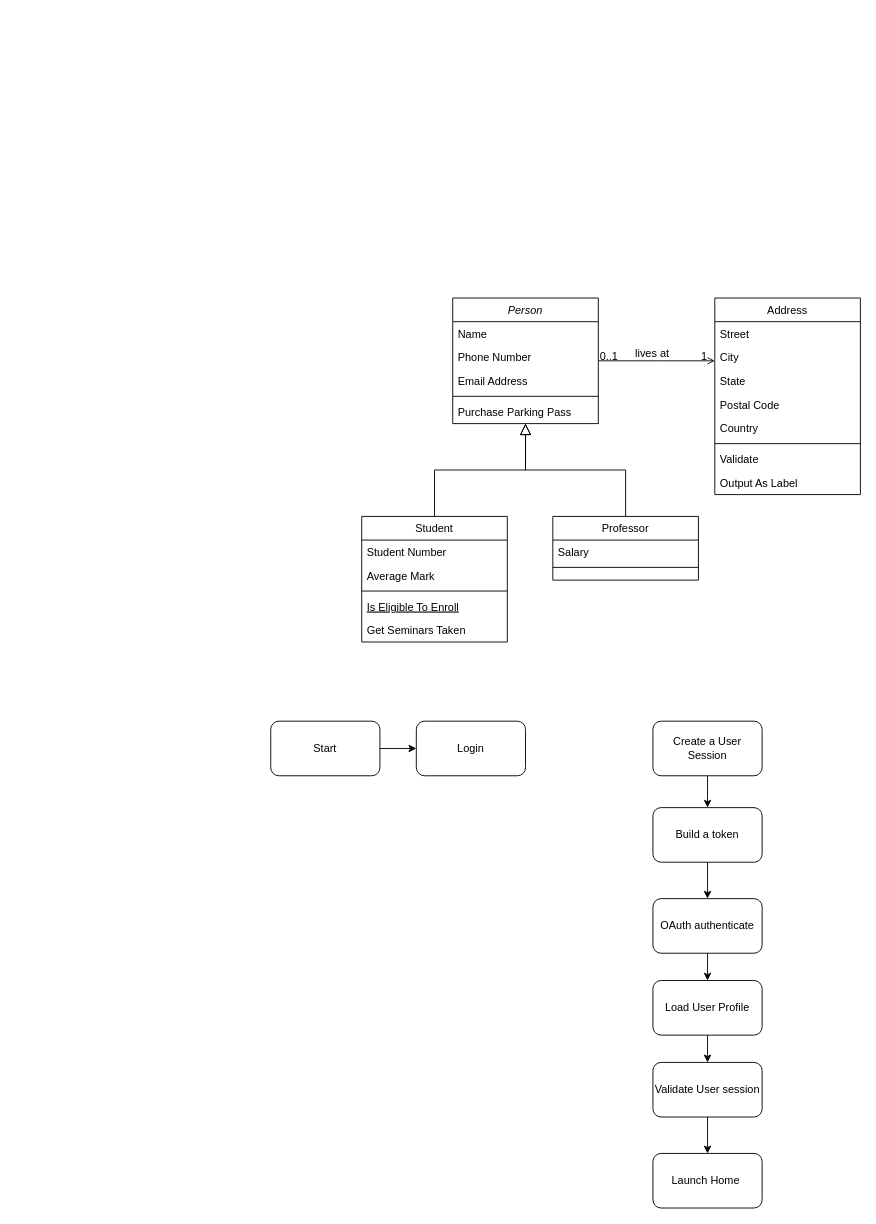
AKing982/AeroBankApp keeps this draw.io diagram as AeroBankApp/LoginDiagram.drawio. Above is the earlier version. Source tidied: cells renumbered, new cells numbered last; positions are measured from the earlier drawing's top-left corner, leaving out a move shared by most shapes. Both pictures are drawn from the tidied source at 91%, with x=0, y=0 at pixel (270, 298).
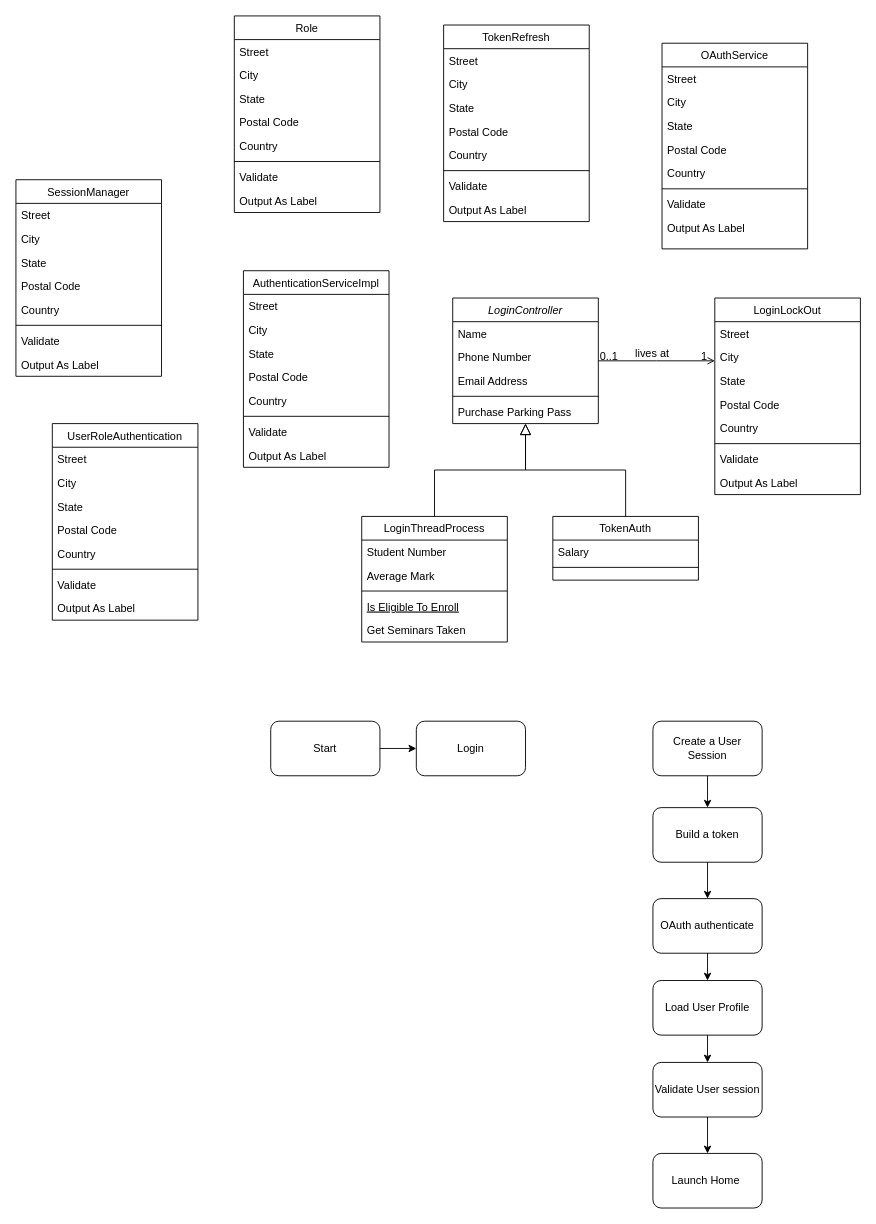
After the change.

Diff of the diagram source:
```diff
@@
-    <mxCell id="2" value="Person" style="swimlane;fontStyle=2;align=center;verticalAlign=top;horizontal=1;startSize=26;rounded=0;shadow=0;strokeWidth=1;" parent="1" vertex="1">
+    <mxCell id="2" value="LoginController" style="swimlane;fontStyle=2;align=center;verticalAlign=top;horizontal=1;startSize=26;rounded=0;shadow=0;strokeWidth=1;" parent="1" vertex="1">
       <mxGeometry x="200" width="160" height="138" as="geometry" />
     </mxCell>
@@
-    <mxCell id="8" value="Student" style="swimlane;fontStyle=0;align=center;verticalAlign=top;horizontal=1;startSize=26;rounded=0;shadow=0;strokeWidth=1;" parent="1" vertex="1">
+    <mxCell id="8" value="LoginThreadProcess" style="swimlane;fontStyle=0;align=center;verticalAlign=top;horizontal=1;startSize=26;rounded=0;shadow=0;strokeWidth=1;" parent="1" vertex="1">
       <mxGeometry x="100" y="240" width="160" height="138" as="geometry" />
     </mxCell>
@@
-    <mxCell id="15" value="Professor" style="swimlane;fontStyle=0;align=center;verticalAlign=top;horizontal=1;startSize=26;rounded=0;shadow=0;strokeWidth=1;" parent="1" vertex="1">
+    <mxCell id="15" value="TokenAuth" style="swimlane;fontStyle=0;align=center;verticalAlign=top;horizontal=1;startSize=26;rounded=0;shadow=0;strokeWidth=1;" parent="1" vertex="1">
       <mxGeometry x="310" y="240" width="160" height="70" as="geometry" />
     </mxCell>
@@
-    <mxCell id="19" value="Address" style="swimlane;fontStyle=0;align=center;verticalAlign=top;horizontal=1;startSize=26;rounded=0;shadow=0;strokeWidth=1;" parent="1" vertex="1">
+    <mxCell id="19" value="LoginLockOut" style="swimlane;fontStyle=0;align=center;verticalAlign=top;horizontal=1;startSize=26;rounded=0;shadow=0;strokeWidth=1;" parent="1" vertex="1">
       <mxGeometry x="488" width="160" height="216" as="geometry" />
     </mxCell>
@@
+    <mxCell id="46" value="AuthenticationServiceImpl" style="swimlane;fontStyle=0;align=center;verticalAlign=top;horizontal=1;startSize=26;rounded=0;shadow=0;strokeWidth=1;" parent="1" vertex="1">
+      <mxGeometry x="-30" y="-30" width="160" height="216" as="geometry" />
+    </mxCell>
+    <mxCell id="47" value="Street" style="text;align=left;verticalAlign=top;spacingLeft=4;spacingRight=4;overflow=hidden;" parent="46" vertex="1">
+      <mxGeometry y="26" width="160" height="26" as="geometry" />
+    </mxCell>
+    <mxCell id="48" value="City" style="text;align=left;verticalAlign=top;spacingLeft=4;spacingRight=4;overflow=hidden;rounded=0;shadow=0;html=0;" parent="46" vertex="1">
+      <mxGeometry y="52" width="160" height="26" as="geometry" />
+    </mxCell>
+    <mxCell id="49" value="State" style="text;align=left;verticalAlign=top;spacingLeft=4;spacingRight=4;overflow=hidden;rounded=0;shadow=0;html=0;" parent="46" vertex="1">
+      <mxGeometry y="78" width="160" height="26" as="geometry" />
+    </mxCell>
+    <mxCell id="50" value="Postal Code" style="text;align=left;verticalAlign=top;spacingLeft=4;spacingRight=4;overflow=hidden;rounded=0;shadow=0;html=0;" parent="46" vertex="1">
+      <mxGeometry y="104" width="160" height="26" as="geometry" />
+    </mxCell>
+    <mxCell id="51" value="Country" style="text;align=left;verticalAlign=top;spacingLeft=4;spacingRight=4;overflow=hidden;rounded=0;shadow=0;html=0;" parent="46" vertex="1">
+      <mxGeometry y="130" width="160" height="26" as="geometry" />
+    </mxCell>
+    <mxCell id="52" style="line;html=1;strokeWidth=1;align=left;verticalAlign=middle;spacingTop=-1;spacingLeft=3;spacingRight=3;labelPosition=right;" parent="46" vertex="1">
+      <mxGeometry y="156" width="160" height="8" as="geometry" />
+    </mxCell>
+    <mxCell id="53" value="Validate" style="text;align=left;verticalAlign=top;spacingLeft=4;spacingRight=4;overflow=hidden;" parent="46" vertex="1">
+      <mxGeometry y="164" width="160" height="26" as="geometry" />
+    </mxCell>
+    <mxCell id="54" value="Output As Label" style="text;align=left;verticalAlign=top;spacingLeft=4;spacingRight=4;overflow=hidden;" parent="46" vertex="1">
+      <mxGeometry y="190" width="160" height="26" as="geometry" />
+    </mxCell>
+    <mxCell id="55" value="UserRoleAuthentication" style="swimlane;fontStyle=0;align=center;verticalAlign=top;horizontal=1;startSize=26;rounded=0;shadow=0;strokeWidth=1;" parent="1" vertex="1">
+      <mxGeometry x="-240" y="138" width="160" height="216" as="geometry" />
+    </mxCell>
+    <mxCell id="56" value="Street" style="text;align=left;verticalAlign=top;spacingLeft=4;spacingRight=4;overflow=hidden;" parent="55" vertex="1">
+      <mxGeometry y="26" width="160" height="26" as="geometry" />
+    </mxCell>
+    <mxCell id="57" value="City" style="text;align=left;verticalAlign=top;spacingLeft=4;spacingRight=4;overflow=hidden;rounded=0;shadow=0;html=0;" parent="55" vertex="1">
+      <mxGeometry y="52" width="160" height="26" as="geometry" />
+    </mxCell>
+    <mxCell id="58" value="State" style="text;align=left;verticalAlign=top;spacingLeft=4;spacingRight=4;overflow=hidden;rounded=0;shadow=0;html=0;" parent="55" vertex="1">
+      <mxGeometry y="78" width="160" height="26" as="geometry" />
+    </mxCell>
+    <mxCell id="59" value="Postal Code" style="text;align=left;verticalAlign=top;spacingLeft=4;spacingRight=4;overflow=hidden;rounded=0;shadow=0;html=0;" parent="55" vertex="1">
+      <mxGeometry y="104" width="160" height="26" as="geometry" />
+    </mxCell>
+    <mxCell id="60" value="Country" style="text;align=left;verticalAlign=top;spacingLeft=4;spacingRight=4;overflow=hidden;rounded=0;shadow=0;html=0;" parent="55" vertex="1">
+      <mxGeometry y="130" width="160" height="26" as="geometry" />
+    </mxCell>
+    <mxCell id="61" style="line;html=1;strokeWidth=1;align=left;verticalAlign=middle;spacingTop=-1;spacingLeft=3;spacingRight=3;labelPosition=right;" parent="55" vertex="1">
+      <mxGeometry y="156" width="160" height="8" as="geometry" />
+    </mxCell>
+    <mxCell id="62" value="Validate" style="text;align=left;verticalAlign=top;spacingLeft=4;spacingRight=4;overflow=hidden;" parent="55" vertex="1">
+      <mxGeometry y="164" width="160" height="26" as="geometry" />
+    </mxCell>
+    <mxCell id="63" value="Output As Label" style="text;align=left;verticalAlign=top;spacingLeft=4;spacingRight=4;overflow=hidden;" parent="55" vertex="1">
+      <mxGeometry y="190" width="160" height="26" as="geometry" />
+    </mxCell>
+    <mxCell id="64" value="SessionManager" style="swimlane;fontStyle=0;align=center;verticalAlign=top;horizontal=1;startSize=26;rounded=0;shadow=0;strokeWidth=1;" parent="1" vertex="1">
+      <mxGeometry x="-280" y="-130" width="160" height="216" as="geometry" />
+    </mxCell>
+    <mxCell id="65" value="Street" style="text;align=left;verticalAlign=top;spacingLeft=4;spacingRight=4;overflow=hidden;" parent="64" vertex="1">
+      <mxGeometry y="26" width="160" height="26" as="geometry" />
+    </mxCell>
+    <mxCell id="66" value="City" style="text;align=left;verticalAlign=top;spacingLeft=4;spacingRight=4;overflow=hidden;rounded=0;shadow=0;html=0;" parent="64" vertex="1">
+      <mxGeometry y="52" width="160" height="26" as="geometry" />
+    </mxCell>
+    <mxCell id="67" value="State" style="text;align=left;verticalAlign=top;spacingLeft=4;spacingRight=4;overflow=hidden;rounded=0;shadow=0;html=0;" parent="64" vertex="1">
+      <mxGeometry y="78" width="160" height="26" as="geometry" />
+    </mxCell>
+    <mxCell id="68" value="Postal Code" style="text;align=left;verticalAlign=top;spacingLeft=4;spacingRight=4;overflow=hidden;rounded=0;shadow=0;html=0;" parent="64" vertex="1">
+      <mxGeometry y="104" width="160" height="26" as="geometry" />
+    </mxCell>
+    <mxCell id="69" value="Country" style="text;align=left;verticalAlign=top;spacingLeft=4;spacingRight=4;overflow=hidden;rounded=0;shadow=0;html=0;" parent="64" vertex="1">
+      <mxGeometry y="130" width="160" height="26" as="geometry" />
+    </mxCell>
+    <mxCell id="70" style="line;html=1;strokeWidth=1;align=left;verticalAlign=middle;spacingTop=-1;spacingLeft=3;spacingRight=3;labelPosition=right;" parent="64" vertex="1">
+      <mxGeometry y="156" width="160" height="8" as="geometry" />
+    </mxCell>
+    <mxCell id="71" value="Validate" style="text;align=left;verticalAlign=top;spacingLeft=4;spacingRight=4;overflow=hidden;" parent="64" vertex="1">
+      <mxGeometry y="164" width="160" height="26" as="geometry" />
+    </mxCell>
+    <mxCell id="72" value="Output As Label" style="text;align=left;verticalAlign=top;spacingLeft=4;spacingRight=4;overflow=hidden;" parent="64" vertex="1">
+      <mxGeometry y="190" width="160" height="26" as="geometry" />
+    </mxCell>
+    <mxCell id="73" value="Role" style="swimlane;fontStyle=0;align=center;verticalAlign=top;horizontal=1;startSize=26;rounded=0;shadow=0;strokeWidth=1;" parent="1" vertex="1">
+      <mxGeometry x="-40" y="-310" width="160" height="216" as="geometry" />
+    </mxCell>
+    <mxCell id="74" value="Street" style="text;align=left;verticalAlign=top;spacingLeft=4;spacingRight=4;overflow=hidden;" parent="73" vertex="1">
+      <mxGeometry y="26" width="160" height="26" as="geometry" />
+    </mxCell>
+    <mxCell id="75" value="City" style="text;align=left;verticalAlign=top;spacingLeft=4;spacingRight=4;overflow=hidden;rounded=0;shadow=0;html=0;" parent="73" vertex="1">
+      <mxGeometry y="52" width="160" height="26" as="geometry" />
+    </mxCell>
+    <mxCell id="76" value="State" style="text;align=left;verticalAlign=top;spacingLeft=4;spacingRight=4;overflow=hidden;rounded=0;shadow=0;html=0;" parent="73" vertex="1">
+      <mxGeometry y="78" width="160" height="26" as="geometry" />
+    </mxCell>
+    <mxCell id="77" value="Postal Code" style="text;align=left;verticalAlign=top;spacingLeft=4;spacingRight=4;overflow=hidden;rounded=0;shadow=0;html=0;" parent="73" vertex="1">
+      <mxGeometry y="104" width="160" height="26" as="geometry" />
+    </mxCell>
+    <mxCell id="78" value="Country" style="text;align=left;verticalAlign=top;spacingLeft=4;spacingRight=4;overflow=hidden;rounded=0;shadow=0;html=0;" parent="73" vertex="1">
+      <mxGeometry y="130" width="160" height="26" as="geometry" />
+    </mxCell>
+    <mxCell id="79" style="line;html=1;strokeWidth=1;align=left;verticalAlign=middle;spacingTop=-1;spacingLeft=3;spacingRight=3;labelPosition=right;" parent="73" vertex="1">
+      <mxGeometry y="156" width="160" height="8" as="geometry" />
+    </mxCell>
+    <mxCell id="80" value="Validate" style="text;align=left;verticalAlign=top;spacingLeft=4;spacingRight=4;overflow=hidden;" parent="73" vertex="1">
+      <mxGeometry y="164" width="160" height="26" as="geometry" />
+    </mxCell>
+    <mxCell id="81" value="Output As Label" style="text;align=left;verticalAlign=top;spacingLeft=4;spacingRight=4;overflow=hidden;" parent="73" vertex="1">
+      <mxGeometry y="190" width="160" height="26" as="geometry" />
+    </mxCell>
+    <mxCell id="82" value="TokenRefresh" style="swimlane;fontStyle=0;align=center;verticalAlign=top;horizontal=1;startSize=26;rounded=0;shadow=0;strokeWidth=1;" parent="1" vertex="1">
+      <mxGeometry x="190" y="-300" width="160" height="216" as="geometry" />
+    </mxCell>
+    <mxCell id="83" value="Street" style="text;align=left;verticalAlign=top;spacingLeft=4;spacingRight=4;overflow=hidden;" parent="82" vertex="1">
+      <mxGeometry y="26" width="160" height="26" as="geometry" />
+    </mxCell>
+    <mxCell id="84" value="City" style="text;align=left;verticalAlign=top;spacingLeft=4;spacingRight=4;overflow=hidden;rounded=0;shadow=0;html=0;" parent="82" vertex="1">
+      <mxGeometry y="52" width="160" height="26" as="geometry" />
+    </mxCell>
+    <mxCell id="85" value="State" style="text;align=left;verticalAlign=top;spacingLeft=4;spacingRight=4;overflow=hidden;rounded=0;shadow=0;html=0;" parent="82" vertex="1">
+      <mxGeometry y="78" width="160" height="26" as="geometry" />
+    </mxCell>
+    <mxCell id="86" value="Postal Code" style="text;align=left;verticalAlign=top;spacingLeft=4;spacingRight=4;overflow=hidden;rounded=0;shadow=0;html=0;" parent="82" vertex="1">
+      <mxGeometry y="104" width="160" height="26" as="geometry" />
+    </mxCell>
+    <mxCell id="87" value="Country" style="text;align=left;verticalAlign=top;spacingLeft=4;spacingRight=4;overflow=hidden;rounded=0;shadow=0;html=0;" parent="82" vertex="1">
+      <mxGeometry y="130" width="160" height="26" as="geometry" />
+    </mxCell>
+    <mxCell id="88" style="line;html=1;strokeWidth=1;align=left;verticalAlign=middle;spacingTop=-1;spacingLeft=3;spacingRight=3;labelPosition=right;" parent="82" vertex="1">
+      <mxGeometry y="156" width="160" height="8" as="geometry" />
+    </mxCell>
+    <mxCell id="89" value="Validate" style="text;align=left;verticalAlign=top;spacingLeft=4;spacingRight=4;overflow=hidden;" parent="82" vertex="1">
+      <mxGeometry y="164" width="160" height="26" as="geometry" />
+    </mxCell>
+    <mxCell id="90" value="Output As Label" style="text;align=left;verticalAlign=top;spacingLeft=4;spacingRight=4;overflow=hidden;" parent="82" vertex="1">
+      <mxGeometry y="190" width="160" height="26" as="geometry" />
+    </mxCell>
+    <mxCell id="91" value="OAuthService" style="swimlane;fontStyle=0;align=center;verticalAlign=top;horizontal=1;startSize=26;rounded=0;shadow=0;strokeWidth=1;" parent="1" vertex="1">
+      <mxGeometry x="430" y="-280" width="160" height="226" as="geometry" />
+    </mxCell>
+    <mxCell id="92" value="Street" style="text;align=left;verticalAlign=top;spacingLeft=4;spacingRight=4;overflow=hidden;" parent="91" vertex="1">
+      <mxGeometry y="26" width="160" height="26" as="geometry" />
+    </mxCell>
+    <mxCell id="93" value="City" style="text;align=left;verticalAlign=top;spacingLeft=4;spacingRight=4;overflow=hidden;rounded=0;shadow=0;html=0;" parent="91" vertex="1">
+      <mxGeometry y="52" width="160" height="26" as="geometry" />
+    </mxCell>
+    <mxCell id="94" value="State" style="text;align=left;verticalAlign=top;spacingLeft=4;spacingRight=4;overflow=hidden;rounded=0;shadow=0;html=0;" parent="91" vertex="1">
+      <mxGeometry y="78" width="160" height="26" as="geometry" />
+    </mxCell>
+    <mxCell id="95" value="Postal Code" style="text;align=left;verticalAlign=top;spacingLeft=4;spacingRight=4;overflow=hidden;rounded=0;shadow=0;html=0;" parent="91" vertex="1">
+      <mxGeometry y="104" width="160" height="26" as="geometry" />
+    </mxCell>
+    <mxCell id="96" value="Country" style="text;align=left;verticalAlign=top;spacingLeft=4;spacingRight=4;overflow=hidden;rounded=0;shadow=0;html=0;" parent="91" vertex="1">
+      <mxGeometry y="130" width="160" height="26" as="geometry" />
+    </mxCell>
+    <mxCell id="97" style="line;html=1;strokeWidth=1;align=left;verticalAlign=middle;spacingTop=-1;spacingLeft=3;spacingRight=3;labelPosition=right;" parent="91" vertex="1">
+      <mxGeometry y="156" width="160" height="8" as="geometry" />
+    </mxCell>
+    <mxCell id="98" value="Validate" style="text;align=left;verticalAlign=top;spacingLeft=4;spacingRight=4;overflow=hidden;" parent="91" vertex="1">
+      <mxGeometry y="164" width="160" height="26" as="geometry" />
+    </mxCell>
+    <mxCell id="99" value="Output As Label" style="text;align=left;verticalAlign=top;spacingLeft=4;spacingRight=4;overflow=hidden;" parent="91" vertex="1">
+      <mxGeometry y="190" width="160" height="26" as="geometry" />
+    </mxCell>
```
